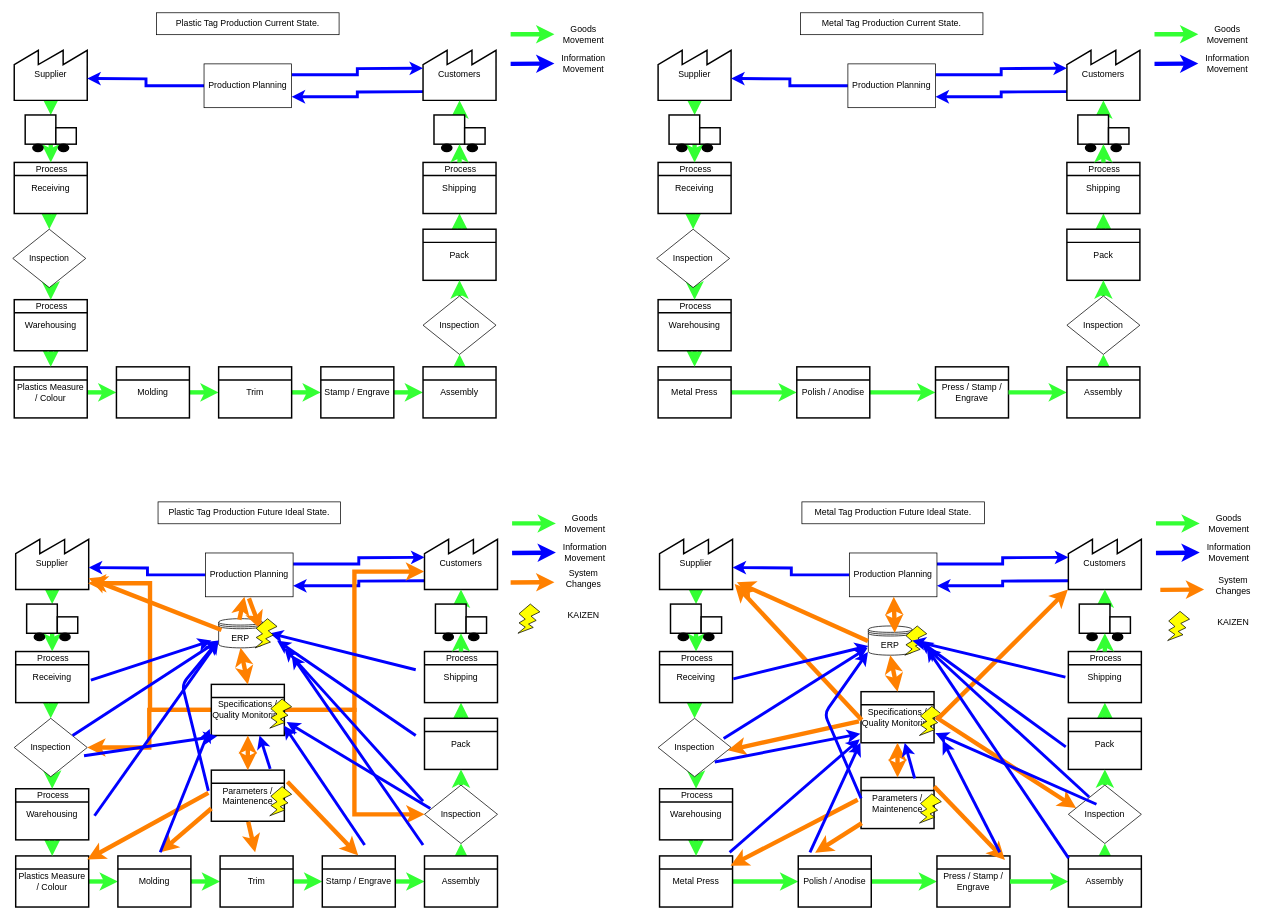
Earlier version of the draw.io diagram Untitled Diagram2.drawio (BertieHarte/Drawings). Source tidied: cells renumbered, new cells numbered last; positions are measured from the earlier drawing's top-left corner, leaving out a move shared by most shapes. Both pictures are drawn from the tidied source at 73%, with x=0, y=0 at pixel (12, 12).
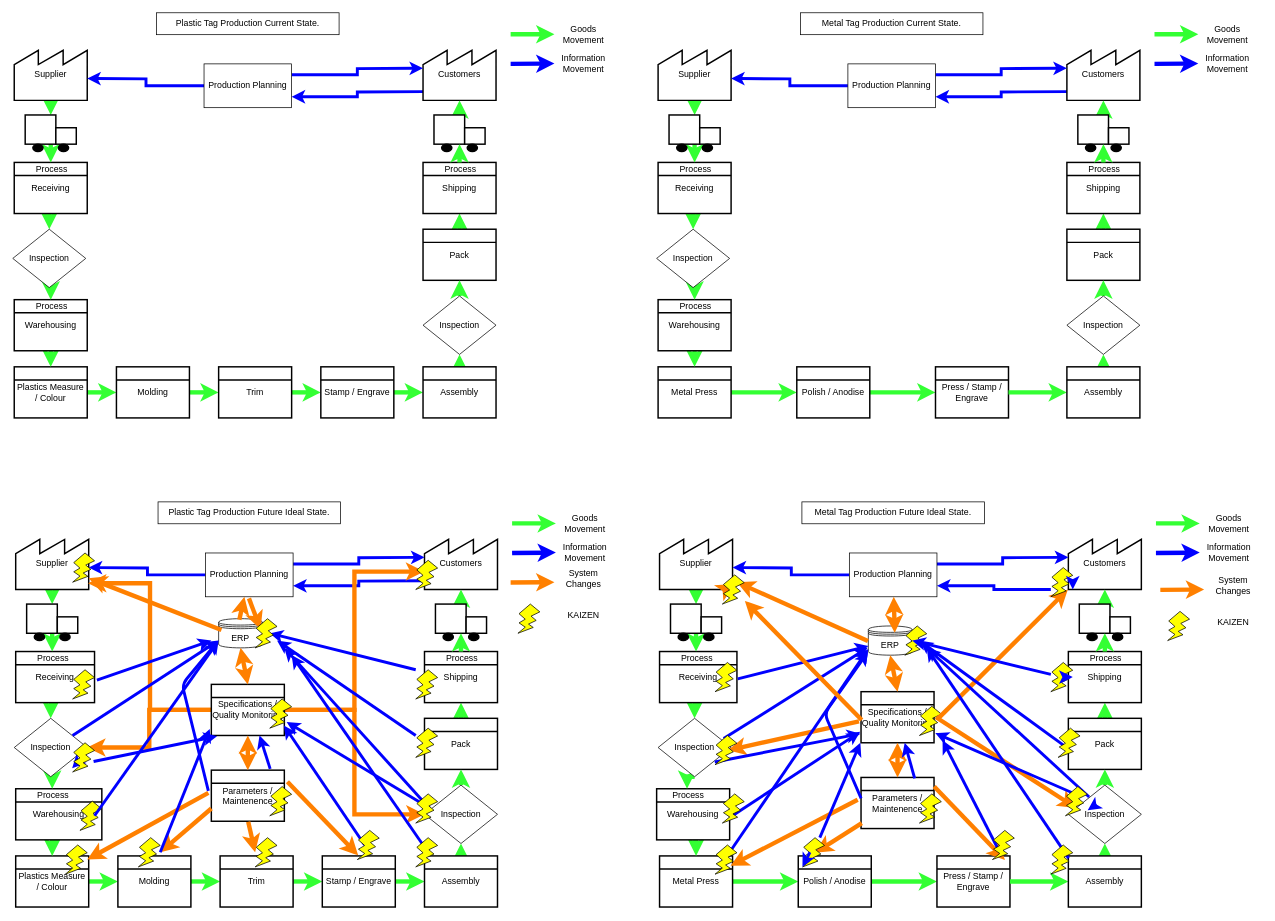
The same diagram, later.

The change refers to these unchanged cells:
```xml
<mxCell id="103" value="Inspection" style="rhombus;whiteSpace=wrap;html=1;" parent="1" vertex="1">
  <mxGeometry x="2" y="966.5" width="100" height="80" as="geometry" />
</mxCell>
<mxCell id="127" value="Supplier" style="strokeWidth=2;html=1;shape=mxgraph.lean_mapping.outside_sources;whiteSpace=wrap;align=center;" parent="1" vertex="1">
  <mxGeometry x="886" y="720" width="100" height="70" as="geometry" />
</mxCell>
<mxCell id="134" value="Production Planning" style="rounded=0;whiteSpace=wrap;html=1;" parent="1" vertex="1">
  <mxGeometry x="1146" y="740" width="120" height="60" as="geometry" />
</mxCell>
<mxCell id="201" value="ERP" style="shape=datastore;whiteSpace=wrap;html=1;" parent="1" vertex="1">
  <mxGeometry x="1172" y="840" width="60" height="40" as="geometry" />
</mxCell>
<mxCell id="202" value="Specifications / Quality Monitoring" style="strokeWidth=2;html=1;shape=mxgraph.lean_mapping.manufacturing_process;fontSize=12;verticalAlign=middle;html=1;align=center;whiteSpace=wrap;" parent="1" vertex="1">
  <mxGeometry x="1162" y="930" width="100" height="70" as="geometry" />
</mxCell>
```

The edit, as a diff of the source:
```diff
@@
     <mxCell id="94" value="Receiving" style="strokeWidth=2;html=1;shape=mxgraph.lean_mapping.manufacturing_process;fontSize=12;verticalAlign=middle;html=1;align=center;whiteSpace=wrap;" parent="1" vertex="1">
-      <mxGeometry x="4" y="875" width="100" height="70" as="geometry" />
+      <mxGeometry x="4" y="875" width="108" height="70" as="geometry" />
     </mxCell>
@@
+    <mxCell id="236" style="verticalLabelPosition=bottom;verticalAlign=top;html=1;shape=mxgraph.basic.flash;fillColor=#FFFF00;" parent="94" vertex="1">
+      <mxGeometry x="78" y="25" width="30" height="40" as="geometry" />
+    </mxCell>
@@
     <mxCell id="100" value="Warehousing" style="strokeWidth=2;html=1;shape=mxgraph.lean_mapping.manufacturing_process;fontSize=12;verticalAlign=middle;html=1;align=center;whiteSpace=wrap;" parent="1" vertex="1">
-      <mxGeometry x="4" y="1063" width="100" height="70" as="geometry" />
+      <mxGeometry x="4" y="1063" width="118" height="70" as="geometry" />
     </mxCell>
@@
+    <mxCell id="237" style="verticalLabelPosition=bottom;verticalAlign=top;html=1;shape=mxgraph.basic.flash;fillColor=#FFFF00;" parent="100" vertex="1">
+      <mxGeometry x="88" y="17" width="30" height="40" as="geometry" />
+    </mxCell>
@@
-    <mxCell id="128" style="edgeStyle=orthogonalEdgeStyle;rounded=0;jettySize=auto;html=1;exitX=0;exitY=0.75;exitDx=0;exitDy=0;entryX=1;entryY=0.75;entryDx=0;entryDy=0;strokeColor=#0000FF;strokeWidth=4;" parent="1" edge="1" target="134">
-      <mxGeometry relative="1" as="geometry">
-        <mxPoint x="1446" y="778" as="sourcePoint" />
-      </mxGeometry>
+    <mxCell id="128" style="edgeStyle=orthogonalEdgeStyle;rounded=0;jettySize=auto;html=1;exitX=0;exitY=0.75;exitDx=0;exitDy=0;entryX=1;entryY=0.75;entryDx=0;entryDy=0;strokeColor=#0000FF;strokeWidth=4;" parent="1" edge="1" source="266" target="134">
+      <mxGeometry relative="1" as="geometry" />
     </mxCell>
@@
     <mxCell id="136" value="Receiving" style="strokeWidth=2;html=1;shape=mxgraph.lean_mapping.manufacturing_process;fontSize=12;verticalAlign=middle;html=1;align=center;whiteSpace=wrap;" parent="1" vertex="1">
-      <mxGeometry x="886" y="875" width="100" height="70" as="geometry" />
+      <mxGeometry x="886" y="875" width="106" height="70" as="geometry" />
     </mxCell>
@@
+    <mxCell id="238" style="verticalLabelPosition=bottom;verticalAlign=top;html=1;shape=mxgraph.basic.flash;fillColor=#FFFF00;" parent="136" vertex="1">
+      <mxGeometry x="76" y="15" width="30" height="40" as="geometry" />
+    </mxCell>
@@
     <mxCell id="142" value="Warehousing" style="strokeWidth=2;html=1;shape=mxgraph.lean_mapping.manufacturing_process;fontSize=12;verticalAlign=middle;html=1;align=center;whiteSpace=wrap;" parent="1" vertex="1">
-      <mxGeometry x="886" y="1063" width="100" height="70" as="geometry" />
+      <mxGeometry x="882" y="1063" width="100" height="70" as="geometry" />
     </mxCell>
     <mxCell id="143" value="Process" style="text;fontSize=12;spacingLeft=2;verticalAlign=top;html=1;align=center;spacingTop=-5;" parent="142" vertex="1">
-      <mxGeometry width="100" height="13" as="geometry" />
+      <mxGeometry width="83.3" height="13" as="geometry" />
     </mxCell>
@@
-    <mxCell id="189" style="endArrow=classic;html=1;strokeColor=#0000FF;strokeWidth=4;entryX=-0.022;entryY=0.872;entryDx=0;entryDy=0;entryPerimeter=0;exitX=0.956;exitY=0.641;exitDx=0;exitDy=0;exitPerimeter=0;" parent="1" edge="1" source="103">
+    <mxCell id="189" style="endArrow=classic;html=1;strokeColor=#0000FF;strokeWidth=4;entryX=-0.022;entryY=0.872;entryDx=0;entryDy=0;entryPerimeter=0;exitX=0.956;exitY=0.641;exitDx=0;exitDy=0;exitPerimeter=0;" parent="1" edge="1" source="248">
       <mxGeometry relative="1" as="geometry">
         <mxPoint x="279.8" y="991" as="targetPoint" />
       </mxGeometry>
     </mxCell>
@@
-    <mxCell id="217" style="endArrow=classic;html=1;strokeColor=#FF8000;strokeWidth=6;exitX=0.01;exitY=0.555;exitDx=0;exitDy=0;exitPerimeter=0;entryX=1.029;entryY=0.892;entryDx=0;entryDy=0;entryPerimeter=0;" parent="1" edge="1" source="202" target="127">
+    <mxCell id="217" style="endArrow=classic;html=1;strokeColor=#FF8000;strokeWidth=6;exitX=0.01;exitY=0.555;exitDx=0;exitDy=0;exitPerimeter=0;entryX=1.029;entryY=0.892;entryDx=0;entryDy=0;entryPerimeter=0;" parent="1" edge="1" source="256" target="127">
       <mxGeometry relative="1" as="geometry" />
     </mxCell>
@@
-    <mxCell id="222" style="endArrow=classic;html=1;strokeColor=#0000FF;strokeWidth=4;" parent="1" edge="1">
+    <mxCell id="222" style="endArrow=classic;html=1;strokeColor=#0000FF;strokeWidth=4;" parent="1" edge="1" source="264">
       <mxGeometry relative="1" as="geometry">
-        <mxPoint x="1442" y="910" as="sourcePoint" />
         <mxPoint x="1232" y="860" as="targetPoint" />
       </mxGeometry>
     </mxCell>
@@
-    <mxCell id="226" style="endArrow=classic;html=1;strokeColor=#0000FF;strokeWidth=4;exitX=0.285;exitY=0.203;exitDx=0;exitDy=0;exitPerimeter=0;entryX=1.017;entryY=0.81;entryDx=0;entryDy=0;entryPerimeter=0;" parent="1" edge="1" target="202">
-      <mxGeometry relative="1" as="geometry">
-        <mxPoint x="1484.5" y="1084.2" as="sourcePoint" />
-      </mxGeometry>
+    <mxCell id="226" style="endArrow=classic;html=1;strokeColor=#0000FF;strokeWidth=4;exitX=0.285;exitY=0.203;exitDx=0;exitDy=0;exitPerimeter=0;entryX=1.017;entryY=0.81;entryDx=0;entryDy=0;entryPerimeter=0;" parent="1" edge="1" source="260" target="202">
+      <mxGeometry relative="1" as="geometry" />
     </mxCell>
@@
-    <mxCell id="228" style="endArrow=classic;html=1;strokeColor=#0000FF;strokeWidth=4;entryX=-0.009;entryY=0.998;entryDx=0;entryDy=0;entryPerimeter=0;" parent="1" edge="1" target="202">
-      <mxGeometry relative="1" as="geometry">
-        <mxPoint x="1092" y="1150" as="sourcePoint" />
-      </mxGeometry>
+    <mxCell id="228" style="endArrow=classic;html=1;strokeColor=#0000FF;strokeWidth=4;entryX=-0.009;entryY=0.998;entryDx=0;entryDy=0;entryPerimeter=0;" parent="1" edge="1" source="252" target="202">
+      <mxGeometry relative="1" as="geometry" />
     </mxCell>
-    <mxCell id="229" style="endArrow=classic;html=1;strokeColor=#0000FF;strokeWidth=4;entryX=-0.018;entryY=0.931;entryDx=0;entryDy=0;entryPerimeter=0;" parent="1" edge="1" target="202">
+    <mxCell id="229" style="endArrow=classic;html=1;strokeColor=#0000FF;strokeWidth=4;entryX=0;entryY=0.785;entryDx=0;entryDy=0;entryPerimeter=0;" parent="1" edge="1" target="201">
       <mxGeometry relative="1" as="geometry">
         <mxPoint x="982" y="1150" as="sourcePoint" />
       </mxGeometry>
     </mxCell>
@@
+    <mxCell id="239" style="verticalLabelPosition=bottom;verticalAlign=top;html=1;shape=mxgraph.basic.flash;fillColor=#FFFF00;" parent="1" vertex="1">
+      <mxGeometry x="552" y="900" width="30" height="40" as="geometry" />
+    </mxCell>
+    <mxCell id="240" style="verticalLabelPosition=bottom;verticalAlign=top;html=1;shape=mxgraph.basic.flash;fillColor=#FFFF00;" parent="1" vertex="1">
+      <mxGeometry x="552" y="980" width="30" height="40" as="geometry" />
+    </mxCell>
+    <mxCell id="241" style="verticalLabelPosition=bottom;verticalAlign=top;html=1;shape=mxgraph.basic.flash;fillColor=#FFFF00;" parent="1" vertex="1">
+      <mxGeometry x="552" y="1070" width="30" height="40" as="geometry" />
+    </mxCell>
+    <mxCell id="242" style="verticalLabelPosition=bottom;verticalAlign=top;html=1;shape=mxgraph.basic.flash;fillColor=#FFFF00;" parent="1" vertex="1">
+      <mxGeometry x="552" y="1130" width="30" height="40" as="geometry" />
+    </mxCell>
+    <mxCell id="243" style="verticalLabelPosition=bottom;verticalAlign=top;html=1;shape=mxgraph.basic.flash;fillColor=#FFFF00;" parent="1" vertex="1">
+      <mxGeometry x="472" y="1120" width="30" height="40" as="geometry" />
+    </mxCell>
+    <mxCell id="244" style="verticalLabelPosition=bottom;verticalAlign=top;html=1;shape=mxgraph.basic.flash;fillColor=#FFFF00;" parent="1" vertex="1">
+      <mxGeometry x="332" y="1130" width="30" height="40" as="geometry" />
+    </mxCell>
+    <mxCell id="245" style="verticalLabelPosition=bottom;verticalAlign=top;html=1;shape=mxgraph.basic.flash;fillColor=#FFFF00;" parent="1" vertex="1">
+      <mxGeometry x="172" y="1130" width="30" height="40" as="geometry" />
+    </mxCell>
+    <mxCell id="246" style="verticalLabelPosition=bottom;verticalAlign=top;html=1;shape=mxgraph.basic.flash;fillColor=#FFFF00;" parent="1" vertex="1">
+      <mxGeometry x="72" y="1140" width="30" height="40" as="geometry" />
+    </mxCell>
+    <mxCell id="247" style="endArrow=classic;html=1;strokeColor=#0000FF;strokeWidth=4;entryX=-0.022;entryY=0.872;entryDx=0;entryDy=0;entryPerimeter=0;exitX=0.956;exitY=0.641;exitDx=0;exitDy=0;exitPerimeter=0;" parent="1" edge="1" source="103" target="248">
+      <mxGeometry relative="1" as="geometry" />
+    </mxCell>
+    <mxCell id="248" style="verticalLabelPosition=bottom;verticalAlign=top;html=1;shape=mxgraph.basic.flash;fillColor=#FFFF00;" parent="1" vertex="1">
+      <mxGeometry x="82" y="1000" width="30" height="40" as="geometry" />
+    </mxCell>
+    <mxCell id="249" style="verticalLabelPosition=bottom;verticalAlign=top;html=1;shape=mxgraph.basic.flash;fillColor=#FFFF00;" parent="1" vertex="1">
+      <mxGeometry x="82" y="740" width="30" height="40" as="geometry" />
+    </mxCell>
+    <mxCell id="250" style="verticalLabelPosition=bottom;verticalAlign=top;html=1;shape=mxgraph.basic.flash;fillColor=#FFFF00;" parent="1" vertex="1">
+      <mxGeometry x="552" y="750" width="30" height="40" as="geometry" />
+    </mxCell>
+    <mxCell id="251" style="verticalLabelPosition=bottom;verticalAlign=top;html=1;shape=mxgraph.basic.flash;fillColor=#FFFF00;" parent="1" vertex="1">
+      <mxGeometry x="1342" y="1120" width="30" height="40" as="geometry" />
+    </mxCell>
+    <mxCell id="252" style="verticalLabelPosition=bottom;verticalAlign=top;html=1;shape=mxgraph.basic.flash;fillColor=#FFFF00;" parent="1" vertex="1">
+      <mxGeometry x="1082" y="1130" width="30" height="40" as="geometry" />
+    </mxCell>
+    <mxCell id="253" style="endArrow=classic;html=1;strokeColor=#0000FF;strokeWidth=4;entryX=-0.009;entryY=0.998;entryDx=0;entryDy=0;entryPerimeter=0;" parent="1" edge="1" target="252">
+      <mxGeometry relative="1" as="geometry">
+        <mxPoint x="1092" y="1150" as="sourcePoint" />
+      </mxGeometry>
+    </mxCell>
+    <mxCell id="254" style="verticalLabelPosition=bottom;verticalAlign=top;html=1;shape=mxgraph.basic.flash;fillColor=#FFFF00;" parent="1" vertex="1">
+      <mxGeometry x="962" y="1140" width="30" height="40" as="geometry" />
+    </mxCell>
+    <mxCell id="255" style="verticalLabelPosition=bottom;verticalAlign=top;html=1;shape=mxgraph.basic.flash;fillColor=#FFFF00;" parent="1" vertex="1">
+      <mxGeometry x="962" y="990" width="30" height="40" as="geometry" />
+    </mxCell>
+    <mxCell id="256" style="verticalLabelPosition=bottom;verticalAlign=top;html=1;shape=mxgraph.basic.flash;fillColor=#FFFF00;" parent="1" vertex="1">
+      <mxGeometry x="972" y="770" width="30" height="40" as="geometry" />
+    </mxCell>
+    <mxCell id="257" style="endArrow=classic;html=1;strokeColor=#FF8000;strokeWidth=6;exitX=0.01;exitY=0.555;exitDx=0;exitDy=0;exitPerimeter=0;entryX=1.029;entryY=0.892;entryDx=0;entryDy=0;entryPerimeter=0;" parent="1" edge="1" source="202" target="256">
+      <mxGeometry relative="1" as="geometry" />
+    </mxCell>
+    <mxCell id="258" style="endArrow=classic;html=1;strokeColor=#0000FF;strokeWidth=4;entryX=-0.012;entryY=0.786;entryDx=0;entryDy=0;entryPerimeter=0;exitX=0.996;exitY=0.566;exitDx=0;exitDy=0;exitPerimeter=0;" parent="1" edge="1" source="142" target="202">
+      <mxGeometry relative="1" as="geometry" />
+    </mxCell>
+    <mxCell id="259" style="verticalLabelPosition=bottom;verticalAlign=top;html=1;shape=mxgraph.basic.flash;fillColor=#FFFF00;" parent="1" vertex="1">
+      <mxGeometry x="972" y="1070" width="30" height="40" as="geometry" />
+    </mxCell>
+    <mxCell id="260" style="verticalLabelPosition=bottom;verticalAlign=top;html=1;shape=mxgraph.basic.flash;fillColor=#FFFF00;" parent="1" vertex="1">
+      <mxGeometry x="1442" y="1060" width="30" height="40" as="geometry" />
+    </mxCell>
+    <mxCell id="261" style="endArrow=classic;html=1;strokeColor=#0000FF;strokeWidth=4;exitX=0.285;exitY=0.203;exitDx=0;exitDy=0;exitPerimeter=0;entryX=1.017;entryY=0.81;entryDx=0;entryDy=0;entryPerimeter=0;" parent="1" edge="1" target="260">
+      <mxGeometry relative="1" as="geometry">
+        <mxPoint x="1484.5" y="1084.2" as="sourcePoint" />
+      </mxGeometry>
+    </mxCell>
+    <mxCell id="262" style="verticalLabelPosition=bottom;verticalAlign=top;html=1;shape=mxgraph.basic.flash;fillColor=#FFFF00;" parent="1" vertex="1">
+      <mxGeometry x="1422" y="1140" width="30" height="40" as="geometry" />
+    </mxCell>
+    <mxCell id="263" style="verticalLabelPosition=bottom;verticalAlign=top;html=1;shape=mxgraph.basic.flash;fillColor=#FFFF00;" parent="1" vertex="1">
+      <mxGeometry x="1432" y="980" width="30" height="40" as="geometry" />
+    </mxCell>
+    <mxCell id="264" style="verticalLabelPosition=bottom;verticalAlign=top;html=1;shape=mxgraph.basic.flash;fillColor=#FFFF00;" parent="1" vertex="1">
+      <mxGeometry x="1422" y="890" width="30" height="40" as="geometry" />
+    </mxCell>
+    <mxCell id="265" style="endArrow=classic;html=1;strokeColor=#0000FF;strokeWidth=4;" parent="1" edge="1" target="264">
+      <mxGeometry relative="1" as="geometry">
+        <mxPoint x="1442" y="910" as="sourcePoint" />
+      </mxGeometry>
+    </mxCell>
+    <mxCell id="266" style="verticalLabelPosition=bottom;verticalAlign=top;html=1;shape=mxgraph.basic.flash;fillColor=#FFFF00;" parent="1" vertex="1">
+      <mxGeometry x="1422" y="760" width="30" height="40" as="geometry" />
+    </mxCell>
+    <mxCell id="267" style="edgeStyle=orthogonalEdgeStyle;rounded=0;jettySize=auto;html=1;exitX=0;exitY=0.75;exitDx=0;exitDy=0;entryX=1;entryY=0.75;entryDx=0;entryDy=0;strokeColor=#0000FF;strokeWidth=4;" parent="1" edge="1" target="266">
+      <mxGeometry relative="1" as="geometry">
+        <mxPoint x="1446" y="778" as="sourcePoint" />
+      </mxGeometry>
+    </mxCell>
```
